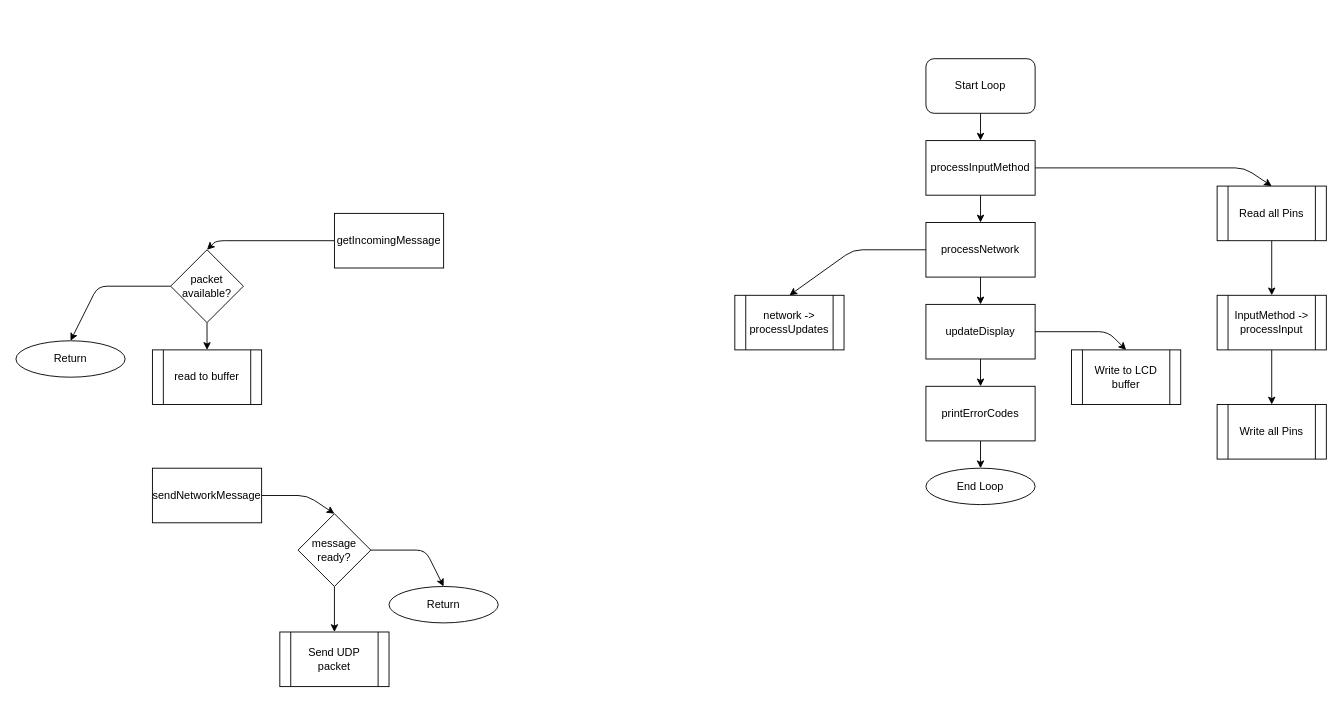
Above: page "Loop" (2 of 3) of glEEmail flow.drawio in Matt-and-Gib/gleemail (draw.io), before the change. Source tidied: cells renumbered, new cells numbered last; positions are measured from the earlier drawing's top-left corner, leaving out a move shared by most shapes. Both pictures are drawn from the tidied source at 91%, with x=0, y=0 at pixel (15, 58).
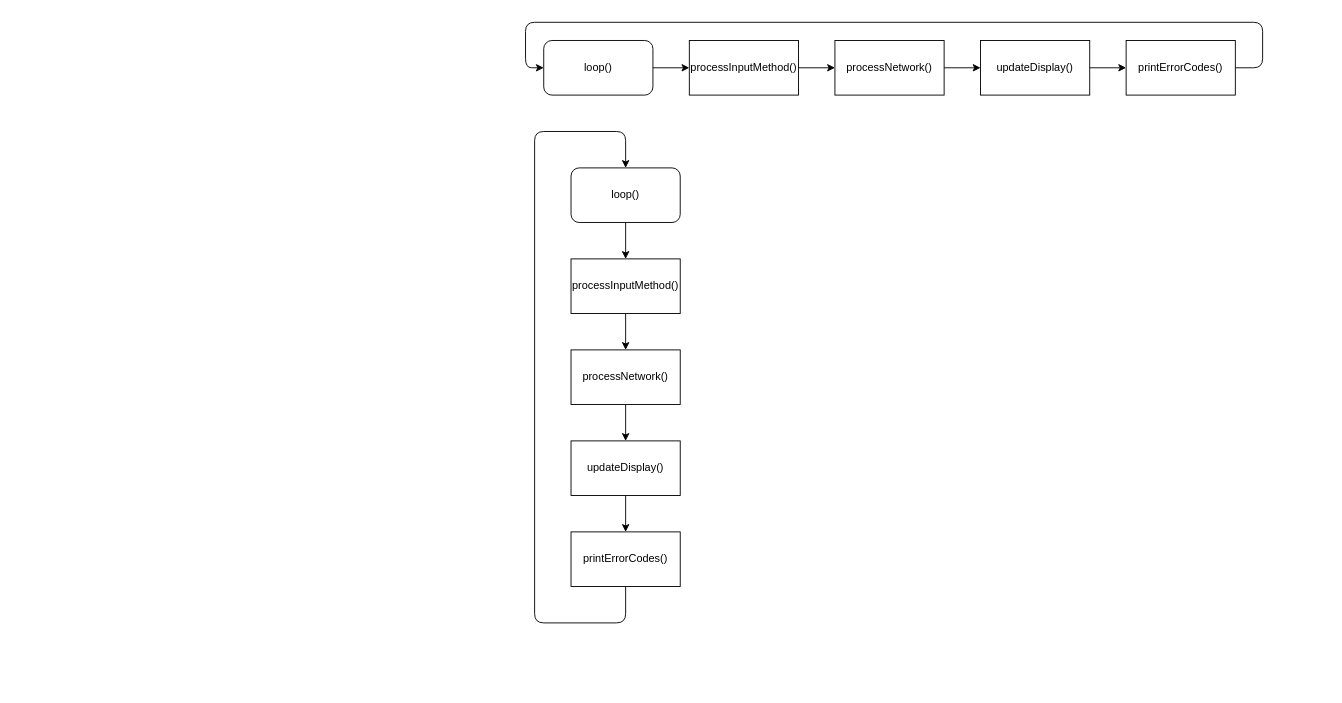
After the change.

The edit, as a diff of the source:
```diff
@@
-    <mxCell id="1" parent="0" />
-    <mxCell id="2" style="edgeStyle=orthogonalEdgeStyle;rounded=0;jettySize=auto;html=1;exitX=0.5;exitY=1;exitDx=0;exitDy=0;entryX=0.5;entryY=0;entryDx=0;entryDy=0;" parent="1" edge="1" source="3" target="5">
-      <mxGeometry relative="1" as="geometry" />
-    </mxCell>
-    <mxCell id="3" value="Start Loop" style="rounded=1;whiteSpace=wrap;html=1;" parent="1" vertex="1">
-      <mxGeometry x="1000" width="120" height="60" as="geometry" />
-    </mxCell>
-    <mxCell id="4" style="edgeStyle=orthogonalEdgeStyle;rounded=0;jettySize=auto;html=1;exitX=0.5;exitY=1;exitDx=0;exitDy=0;entryX=0.5;entryY=0;entryDx=0;entryDy=0;" parent="1" edge="1" source="5" target="34">
-      <mxGeometry relative="1" as="geometry" />
-    </mxCell>
-    <mxCell id="5" value="processInputMethod" style="rounded=0;whiteSpace=wrap;html=1;" parent="1" vertex="1">
-      <mxGeometry x="1000" y="90" width="120" height="60" as="geometry" />
-    </mxCell>
-    <mxCell id="6" style="edgeStyle=orthogonalEdgeStyle;rounded=0;jettySize=auto;html=1;exitX=0.5;exitY=1;exitDx=0;exitDy=0;entryX=0.5;entryY=0;entryDx=0;entryDy=0;" parent="1" edge="1" source="7" target="9">
-      <mxGeometry relative="1" as="geometry" />
-    </mxCell>
-    <mxCell id="7" value="Read all Pins" style="shape=process;whiteSpace=wrap;html=1;backgroundOutline=1;" parent="1" vertex="1">
-      <mxGeometry x="1320" y="140" width="120" height="60" as="geometry" />
-    </mxCell>
-    <mxCell id="8" style="edgeStyle=orthogonalEdgeStyle;rounded=0;jettySize=auto;html=1;exitX=0.5;exitY=1;exitDx=0;exitDy=0;entryX=0.5;entryY=0;entryDx=0;entryDy=0;" parent="1" edge="1" source="9" target="10">
-      <mxGeometry relative="1" as="geometry" />
-    </mxCell>
-    <mxCell id="9" value="&lt;div&gt;InputMethod -&amp;gt; processInput&lt;/div&gt;" style="shape=process;whiteSpace=wrap;html=1;backgroundOutline=1;" parent="1" vertex="1">
-      <mxGeometry x="1320" y="260" width="120" height="60" as="geometry" />
-    </mxCell>
-    <mxCell id="10" value="Write all Pins" style="shape=process;whiteSpace=wrap;html=1;backgroundOutline=1;" parent="1" vertex="1">
-      <mxGeometry x="1320" y="380" width="120" height="60" as="geometry" />
-    </mxCell>
-    <mxCell id="11" value="getIncomingMessage" style="rounded=0;whiteSpace=wrap;html=1;" parent="1" vertex="1">
-      <mxGeometry x="350" y="170" width="120" height="60" as="geometry" />
-    </mxCell>
-    <mxCell id="12" value="sendNetworkMessage" style="rounded=0;whiteSpace=wrap;html=1;" parent="1" vertex="1">
-      <mxGeometry x="150" y="450" width="120" height="60" as="geometry" />
-    </mxCell>
-    <mxCell id="13" style="edgeStyle=orthogonalEdgeStyle;rounded=0;jettySize=auto;html=1;exitX=0.5;exitY=1;exitDx=0;exitDy=0;entryX=0.5;entryY=0;entryDx=0;entryDy=0;" parent="1" edge="1" source="14" target="32">
-      <mxGeometry relative="1" as="geometry" />
-    </mxCell>
-    <mxCell id="14" value="updateDisplay" style="rounded=0;whiteSpace=wrap;html=1;" parent="1" vertex="1">
-      <mxGeometry x="1000" y="270" width="120" height="60" as="geometry" />
-    </mxCell>
-    <mxCell id="15" style="endArrow=classic;html=1;exitX=1;exitY=0.5;exitDx=0;exitDy=0;entryX=0.5;entryY=0;entryDx=0;entryDy=0;" parent="1" edge="1" source="5" target="7">
-      <mxGeometry relative="1" as="geometry">
-        <Array as="points">
-          <mxPoint x="1350" y="120" />
-        </Array>
-      </mxGeometry>
-    </mxCell>
-    <mxCell id="16" style="edgeStyle=orthogonalEdgeStyle;rounded=0;jettySize=auto;html=1;exitX=0.5;exitY=1;exitDx=0;exitDy=0;entryX=0.5;entryY=0;entryDx=0;entryDy=0;" parent="1" edge="1" source="17" target="19">
-      <mxGeometry relative="1" as="geometry" />
-    </mxCell>
-    <mxCell id="17" value="&lt;div&gt;packet available?&lt;/div&gt;" style="rhombus;whiteSpace=wrap;html=1;" parent="1" vertex="1">
-      <mxGeometry x="170" y="210" width="80" height="80" as="geometry" />
-    </mxCell>
-    <mxCell id="18" style="endArrow=classic;html=1;exitX=0;exitY=0.5;exitDx=0;exitDy=0;entryX=0.5;entryY=0;entryDx=0;entryDy=0;" parent="1" edge="1" source="11" target="17">
-      <mxGeometry relative="1" as="geometry">
-        <Array as="points">
-          <mxPoint x="220" y="200" />
-        </Array>
-      </mxGeometry>
-    </mxCell>
-    <mxCell id="19" value="read to buffer" style="shape=process;whiteSpace=wrap;html=1;backgroundOutline=1;" parent="1" vertex="1">
-      <mxGeometry x="150" y="320" width="120" height="60" as="geometry" />
-    </mxCell>
-    <mxCell id="20" value="Return" style="ellipse;whiteSpace=wrap;html=1;" parent="1" vertex="1">
-      <mxGeometry y="310" width="120" height="40" as="geometry" />
-    </mxCell>
-    <mxCell id="21" style="endArrow=classic;html=1;exitX=0;exitY=0.5;exitDx=0;exitDy=0;entryX=0.5;entryY=0;entryDx=0;entryDy=0;" parent="1" edge="1" source="17" target="20">
-      <mxGeometry relative="1" as="geometry">
-        <Array as="points">
-          <mxPoint x="90" y="250" />
-        </Array>
-      </mxGeometry>
-    </mxCell>
-    <mxCell id="22" value="Write to LCD buffer" style="shape=process;whiteSpace=wrap;html=1;backgroundOutline=1;" parent="1" vertex="1">
-      <mxGeometry x="1160" y="320" width="120" height="60" as="geometry" />
-    </mxCell>
-    <mxCell id="23" style="endArrow=classic;html=1;entryX=0.5;entryY=0;entryDx=0;entryDy=0;exitX=1;exitY=0.5;exitDx=0;exitDy=0;" parent="1" edge="1" source="14" target="22">
-      <mxGeometry relative="1" as="geometry">
-        <Array as="points">
-          <mxPoint x="1200" y="300" />
-        </Array>
-      </mxGeometry>
-    </mxCell>
-    <mxCell id="24" style="edgeStyle=orthogonalEdgeStyle;rounded=0;jettySize=auto;html=1;exitX=0.5;exitY=1;exitDx=0;exitDy=0;" parent="1" edge="1" source="25" target="27">
-      <mxGeometry relative="1" as="geometry" />
-    </mxCell>
-    <mxCell id="25" value="message ready?" style="rhombus;whiteSpace=wrap;html=1;" parent="1" vertex="1">
-      <mxGeometry x="310" y="500" width="80" height="80" as="geometry" />
-    </mxCell>
-    <mxCell id="26" style="endArrow=classic;html=1;exitX=1;exitY=0.5;exitDx=0;exitDy=0;entryX=0.5;entryY=0;entryDx=0;entryDy=0;" parent="1" edge="1" source="12" target="25">
-      <mxGeometry relative="1" as="geometry">
-        <Array as="points">
-          <mxPoint x="320" y="480" />
-        </Array>
-      </mxGeometry>
-    </mxCell>
-    <mxCell id="27" value="Send UDP packet" style="shape=process;whiteSpace=wrap;html=1;backgroundOutline=1;" parent="1" vertex="1">
-      <mxGeometry x="290" y="630" width="120" height="60" as="geometry" />
-    </mxCell>
-    <mxCell id="28" value="Return" style="ellipse;whiteSpace=wrap;html=1;" parent="1" vertex="1">
-      <mxGeometry x="410" y="580" width="120" height="40" as="geometry" />
-    </mxCell>
-    <mxCell id="29" style="endArrow=classic;html=1;entryX=0.5;entryY=0;entryDx=0;entryDy=0;exitX=1;exitY=0.5;exitDx=0;exitDy=0;" parent="1" edge="1" source="25" target="28">
-      <mxGeometry relative="1" as="geometry">
-        <Array as="points">
-          <mxPoint x="450" y="540" />
-        </Array>
-      </mxGeometry>
-    </mxCell>
-    <mxCell id="30" value="End Loop" style="ellipse;whiteSpace=wrap;html=1;" parent="1" vertex="1">
-      <mxGeometry x="1000" y="450" width="120" height="40" as="geometry" />
-    </mxCell>
-    <mxCell id="31" style="edgeStyle=orthogonalEdgeStyle;rounded=0;jettySize=auto;html=1;exitX=0.5;exitY=1;exitDx=0;exitDy=0;entryX=0.5;entryY=0;entryDx=0;entryDy=0;" parent="1" edge="1" source="32" target="30">
-      <mxGeometry relative="1" as="geometry" />
-    </mxCell>
-    <mxCell id="32" value="printErrorCodes" style="rounded=0;whiteSpace=wrap;html=1;" parent="1" vertex="1">
-      <mxGeometry x="1000" y="360" width="120" height="60" as="geometry" />
-    </mxCell>
-    <mxCell id="33" style="edgeStyle=orthogonalEdgeStyle;rounded=0;jettySize=auto;html=1;exitX=0.5;exitY=1;exitDx=0;exitDy=0;entryX=0.5;entryY=0;entryDx=0;entryDy=0;" parent="1" edge="1" source="34" target="14">
-      <mxGeometry relative="1" as="geometry" />
-    </mxCell>
-    <mxCell id="34" value="processNetwork" style="rounded=0;whiteSpace=wrap;html=1;" parent="1" vertex="1">
-      <mxGeometry x="1000" y="180" width="120" height="60" as="geometry" />
-    </mxCell>
-    <mxCell id="35" style="endArrow=classic;html=1;exitX=0;exitY=0.5;exitDx=0;exitDy=0;entryX=0.5;entryY=0;entryDx=0;entryDy=0;" parent="1" edge="1" source="34" target="36">
-      <mxGeometry relative="1" as="geometry">
-        <Array as="points">
-          <mxPoint x="920" y="210" />
-        </Array>
-      </mxGeometry>
-    </mxCell>
-    <mxCell id="36" value="network -&amp;gt; processUpdates" style="shape=process;whiteSpace=wrap;html=1;backgroundOutline=1;" parent="1" vertex="1">
-      <mxGeometry x="790" y="260" width="120" height="60" as="geometry" />
-    </mxCell>
+    <mxCell id="37" parent="0" />
+    <mxCell id="38" style="edgeStyle=orthogonalEdgeStyle;rounded=0;jettySize=auto;html=1;exitX=0.5;exitY=1;exitDx=0;exitDy=0;entryX=0.5;entryY=0;entryDx=0;entryDy=0;" parent="37" edge="1" source="39" target="41">
+      <mxGeometry relative="1" as="geometry" />
+    </mxCell>
+    <mxCell id="39" value="loop()" style="rounded=1;whiteSpace=wrap;html=1;" parent="37" vertex="1">
+      <mxGeometry x="610" y="120" width="120" height="60" as="geometry" />
+    </mxCell>
+    <mxCell id="40" style="edgeStyle=orthogonalEdgeStyle;rounded=0;jettySize=auto;html=1;exitX=0.5;exitY=1;exitDx=0;exitDy=0;entryX=0.5;entryY=0;entryDx=0;entryDy=0;" parent="37" edge="1" source="41" target="43">
+      <mxGeometry relative="1" as="geometry" />
+    </mxCell>
+    <mxCell id="41" value="processInputMethod()" style="rounded=0;whiteSpace=wrap;html=1;" parent="37" vertex="1">
+      <mxGeometry x="610" y="220" width="120" height="60" as="geometry" />
+    </mxCell>
+    <mxCell id="42" style="edgeStyle=orthogonalEdgeStyle;rounded=0;jettySize=auto;html=1;exitX=0.5;exitY=1;exitDx=0;exitDy=0;entryX=0.5;entryY=0;entryDx=0;entryDy=0;" parent="37" edge="1" source="43" target="45">
+      <mxGeometry relative="1" as="geometry" />
+    </mxCell>
+    <mxCell id="43" value="processNetwork()" style="rounded=0;whiteSpace=wrap;html=1;" parent="37" vertex="1">
+      <mxGeometry x="610" y="320" width="120" height="60" as="geometry" />
+    </mxCell>
+    <mxCell id="44" style="edgeStyle=orthogonalEdgeStyle;rounded=0;jettySize=auto;html=1;exitX=0.5;exitY=1;exitDx=0;exitDy=0;entryX=0.5;entryY=0;entryDx=0;entryDy=0;" parent="37" edge="1" source="45" target="46">
+      <mxGeometry relative="1" as="geometry" />
+    </mxCell>
+    <mxCell id="45" value="updateDisplay()" style="rounded=0;whiteSpace=wrap;html=1;" parent="37" vertex="1">
+      <mxGeometry x="610" y="420" width="120" height="60" as="geometry" />
+    </mxCell>
+    <mxCell id="46" value="printErrorCodes()" style="rounded=0;whiteSpace=wrap;html=1;" parent="37" vertex="1">
+      <mxGeometry x="610" y="520" width="120" height="60" as="geometry" />
+    </mxCell>
+    <mxCell id="47" style="endArrow=classic;html=1;exitX=0.5;exitY=1;exitDx=0;exitDy=0;entryX=0.5;entryY=0;entryDx=0;entryDy=0;" parent="37" edge="1" source="46" target="39">
+      <mxGeometry relative="1" as="geometry">
+        <Array as="points">
+          <mxPoint x="670" y="620" />
+          <mxPoint x="570" y="620" />
+          <mxPoint x="570" y="80" />
+          <mxPoint x="670" y="80" />
+        </Array>
+      </mxGeometry>
+    </mxCell>
+    <mxCell id="48" style="edgeStyle=orthogonalEdgeStyle;rounded=0;jettySize=auto;html=1;exitX=1;exitY=0.5;exitDx=0;exitDy=0;entryX=0;entryY=0.5;entryDx=0;entryDy=0;" parent="37" edge="1" source="49" target="51">
+      <mxGeometry relative="1" as="geometry" />
+    </mxCell>
+    <mxCell id="49" value="loop()" style="rounded=1;whiteSpace=wrap;html=1;" parent="37" vertex="1">
+      <mxGeometry x="580" y="-20" width="120" height="60" as="geometry" />
+    </mxCell>
+    <mxCell id="50" style="edgeStyle=orthogonalEdgeStyle;rounded=0;jettySize=auto;html=1;exitX=1;exitY=0.5;exitDx=0;exitDy=0;entryX=0;entryY=0.5;entryDx=0;entryDy=0;" parent="37" edge="1" source="51" target="53">
+      <mxGeometry relative="1" as="geometry" />
+    </mxCell>
+    <mxCell id="51" value="processInputMethod()" style="rounded=0;whiteSpace=wrap;html=1;" parent="37" vertex="1">
+      <mxGeometry x="740" y="-20" width="120" height="60" as="geometry" />
+    </mxCell>
+    <mxCell id="52" style="edgeStyle=orthogonalEdgeStyle;rounded=0;jettySize=auto;html=1;exitX=1;exitY=0.5;exitDx=0;exitDy=0;entryX=0;entryY=0.5;entryDx=0;entryDy=0;" parent="37" edge="1" source="53" target="55">
+      <mxGeometry relative="1" as="geometry" />
+    </mxCell>
+    <mxCell id="53" value="processNetwork()" style="rounded=0;whiteSpace=wrap;html=1;" parent="37" vertex="1">
+      <mxGeometry x="900" y="-20" width="120" height="60" as="geometry" />
+    </mxCell>
+    <mxCell id="54" style="edgeStyle=orthogonalEdgeStyle;rounded=0;jettySize=auto;html=1;exitX=1;exitY=0.5;exitDx=0;exitDy=0;entryX=0;entryY=0.5;entryDx=0;entryDy=0;" parent="37" edge="1" source="55" target="56">
+      <mxGeometry relative="1" as="geometry" />
+    </mxCell>
+    <mxCell id="55" value="updateDisplay()" style="rounded=0;whiteSpace=wrap;html=1;" parent="37" vertex="1">
+      <mxGeometry x="1060" y="-20" width="120" height="60" as="geometry" />
+    </mxCell>
+    <mxCell id="56" value="printErrorCodes()" style="rounded=0;whiteSpace=wrap;html=1;" parent="37" vertex="1">
+      <mxGeometry x="1220" y="-20" width="120" height="60" as="geometry" />
+    </mxCell>
+    <mxCell id="57" style="endArrow=classic;html=1;exitX=1;exitY=0.5;exitDx=0;exitDy=0;entryX=0;entryY=0.5;entryDx=0;entryDy=0;" parent="37" edge="1" source="56" target="49">
+      <mxGeometry relative="1" as="geometry">
+        <Array as="points">
+          <mxPoint x="1370" y="10" />
+          <mxPoint x="1370" y="-40" />
+          <mxPoint x="560" y="-40" />
+          <mxPoint x="560" y="10" />
+        </Array>
+      </mxGeometry>
+    </mxCell>
```
